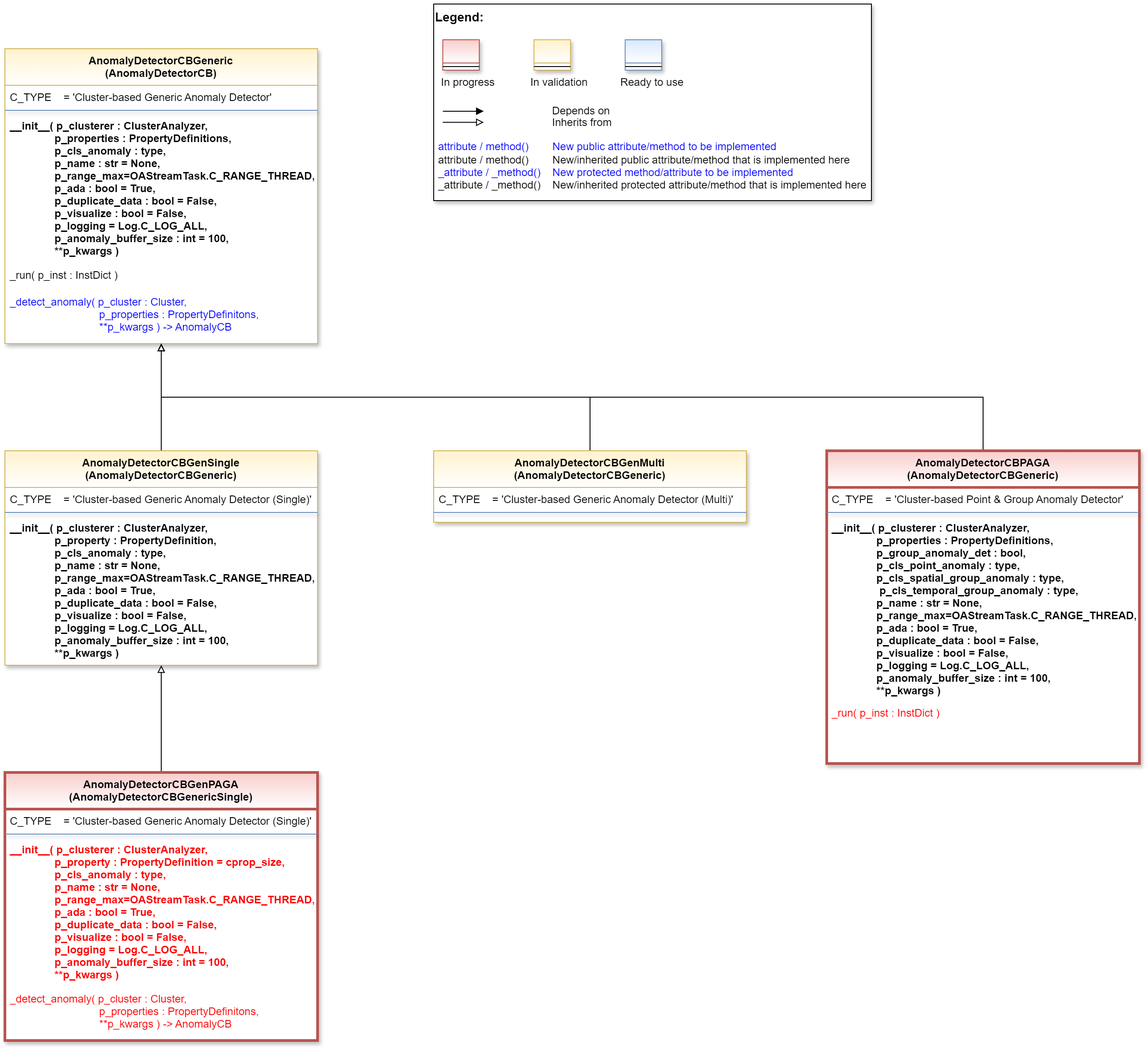
Above: doc/rtd/content/99_appendices/appendix2/sub/mlpro_oa/streams/30_anomaly_detection/20_cluster_based/generic/images/MLPro-OA-CB-Gen-Anomaly-Detectors_class_diagram.drawio.png in fhswf/MLPro (draw.io), before the change. Source tidied: cells renumbered, new cells last; positions are measured from the earlier drawing's top-left corner, leaving out a move shared by most shapes.
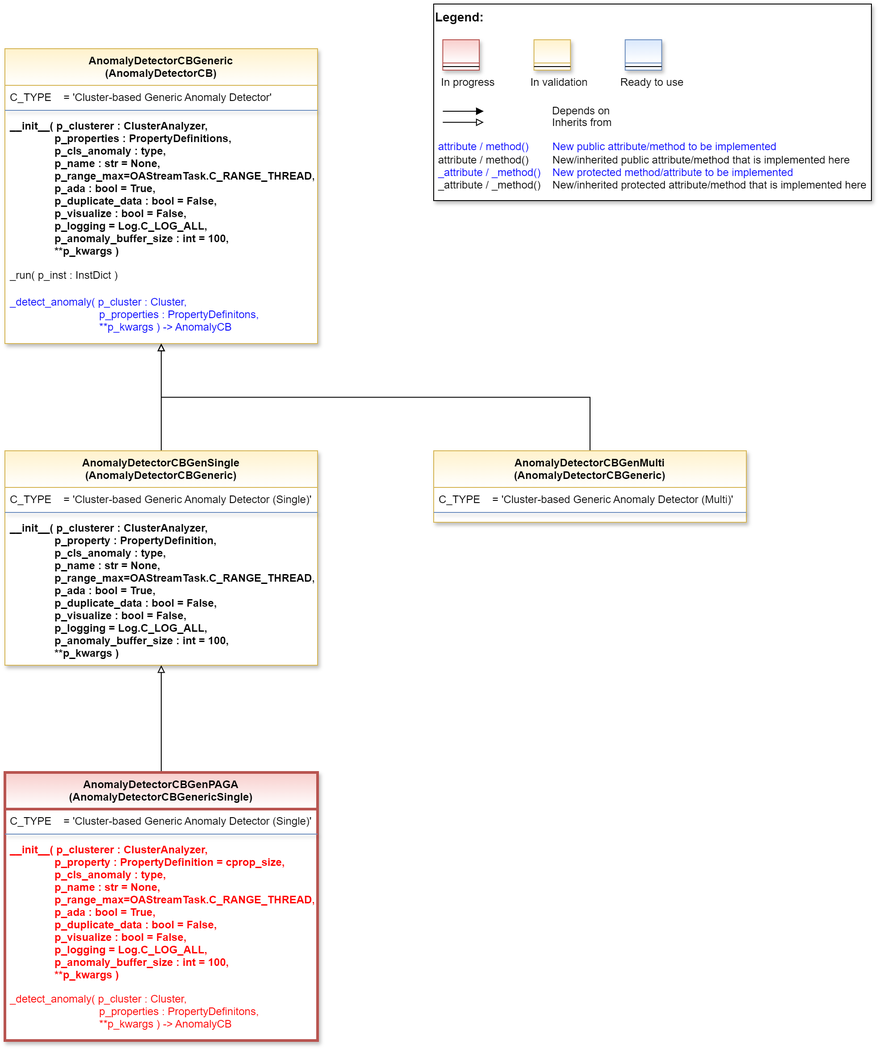
The same diagram one commit later.

Commit message:
OA: New cluster-based detector for point and group anomalies #1172

Diff of the diagram source:
```diff
@@ -111,28 +111,5 @@
     <mxCell id="32" value="_detect_anomaly( p_cluster : Cluster,&#10;                              p_properties : PropertyDefinitons,&#10;                              **p_kwargs ) -&gt; AnomalyCB" style="text;align=left;verticalAlign=top;spacingLeft=4;spacingRight=4;overflow=hidden;shadow=1;fontColor=#FF0000;" parent="28" vertex="1">
       <mxGeometry y="240" width="350" height="56" as="geometry" />
     </mxCell>
-    <mxCell id="33" style="edgeStyle=orthogonalEdgeStyle;rounded=0;jettySize=auto;html=1;entryX=0.5;entryY=1;entryDx=0;entryDy=0;endArrow=block;endFill=0;" parent="1" edge="1" source="34" target="12">
-      <mxGeometry relative="1" as="geometry">
-        <Array as="points">
-          <mxPoint x="1095" y="440" />
-          <mxPoint x="175" y="440" />
-        </Array>
-      </mxGeometry>
-    </mxCell>
-    <mxCell id="34" value="AnomalyDetectorCBPAGA&#10;(AnomalyDetectorCBGeneric)" style="swimlane;align=center;verticalAlign=top;horizontal=1;startSize=41;rounded=0;shadow=1;strokeWidth=3;fillColor=#f8cecc;strokeColor=#b85450;swimlaneFillColor=#ffffff;gradientColor=#FFFFFF;" parent="1" vertex="1">
-      <mxGeometry x="920" y="500" width="350" height="350" as="geometry" />
-    </mxCell>
-    <mxCell id="35" value="C_TYPE    = 'Cluster-based Point &amp; Group Anomaly Detector'" style="text;align=left;verticalAlign=top;spacingLeft=4;spacingRight=4;overflow=hidden;" parent="34" vertex="1">
-      <mxGeometry y="41" width="350" height="24" as="geometry" />
-    </mxCell>
-    <mxCell id="36" style="line;html=1;strokeWidth=1;align=center;verticalAlign=top;spacingTop=-1;spacingLeft=3;spacingRight=3;labelPosition=right;rounded=0;shadow=1;strokeColor=#6c8ebf;swimlaneFillColor=#ffffff;fontFamily=Helvetica;fontSize=12;fontColor=default;fontStyle=3;fillColor=#dae8fc;gradientColor=#ffffff;" parent="34" vertex="1">
-      <mxGeometry y="65" width="350" height="8" as="geometry" />
-    </mxCell>
-    <mxCell id="37" value="__init__( p_clusterer : ClusterAnalyzer,&#10;               p_properties : PropertyDefinitions,&#10;               p_group_anomaly_det : bool,&#10;               p_cls_point_anomaly : type,&#10;               p_cls_spatial_group_anomaly : type,&#10;                p_cls_temporal_group_anomaly : type,&#10;               p_name : str = None,&#10;               p_range_max=OAStreamTask.C_RANGE_THREAD,&#10;               p_ada : bool = True,&#10;               p_duplicate_data : bool = False,&#10;               p_visualize : bool = False,&#10;               p_logging = Log.C_LOG_ALL,&#10;               p_anomaly_buffer_size : int = 100,&#10;               **p_kwargs )" style="text;align=left;verticalAlign=top;spacingLeft=4;spacingRight=4;overflow=hidden;fontStyle=1;" parent="34" vertex="1">
-      <mxGeometry y="73" width="350" height="207" as="geometry" />
-    </mxCell>
-    <mxCell id="38" value="_run( p_inst : InstDict )" style="text;align=left;verticalAlign=top;spacingLeft=4;spacingRight=4;overflow=hidden;shadow=1;fontColor=#ff0000;" parent="34" vertex="1">
-      <mxGeometry y="280" width="350" height="30" as="geometry" />
-    </mxCell>
   </root>
 </mxGraphModel>
```
